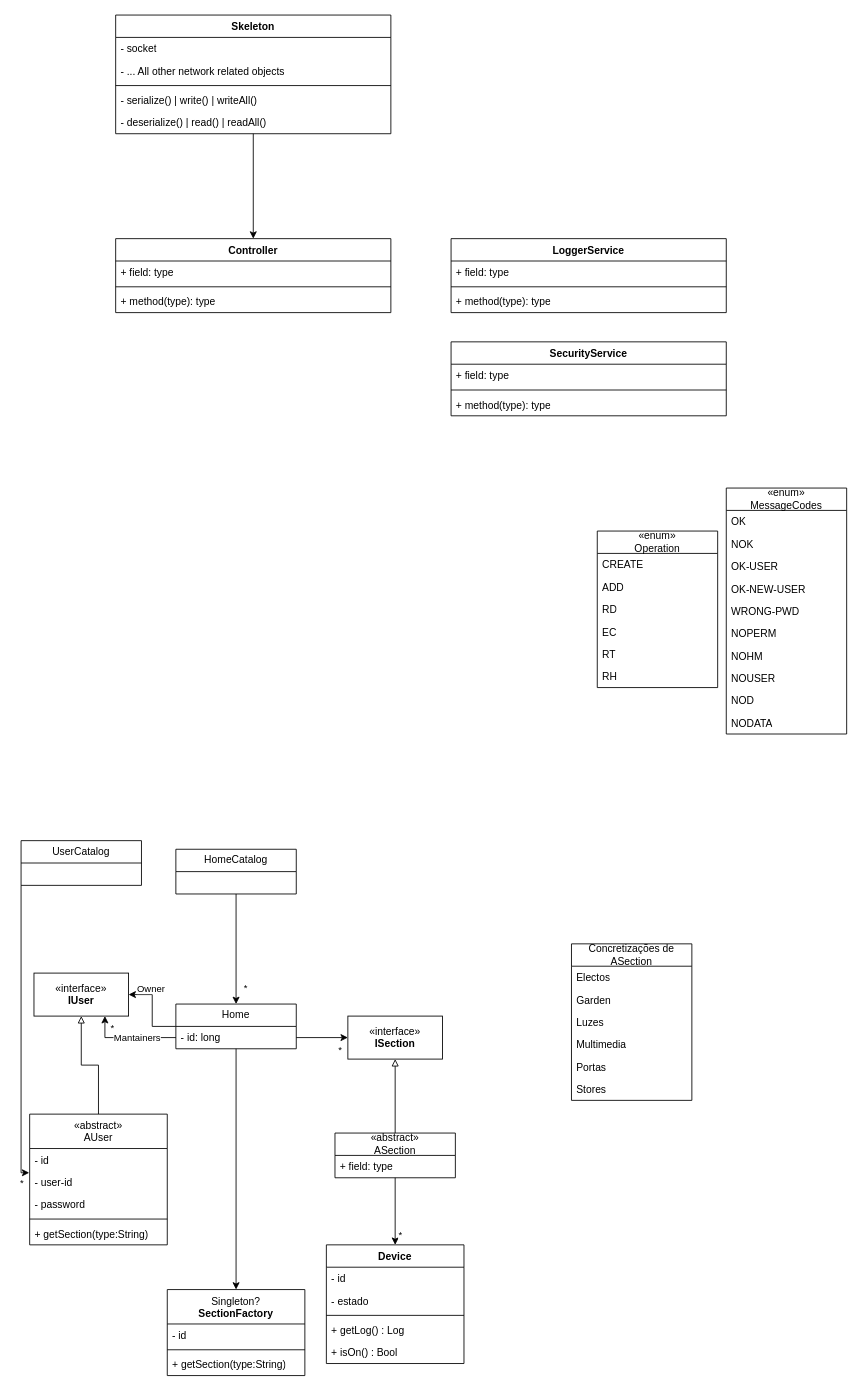
Lana-Melo/Sperta keeps this draw.io diagram as Diagrama.drawio. Above is the earlier version. Source tidied: cells renumbered, new cells numbered last; positions are measured from the earlier drawing's top-left corner, leaving out a move shared by most shapes. Both pictures are drawn from the tidied source at 86%, with x=0, y=0 at pixel (21, 15).
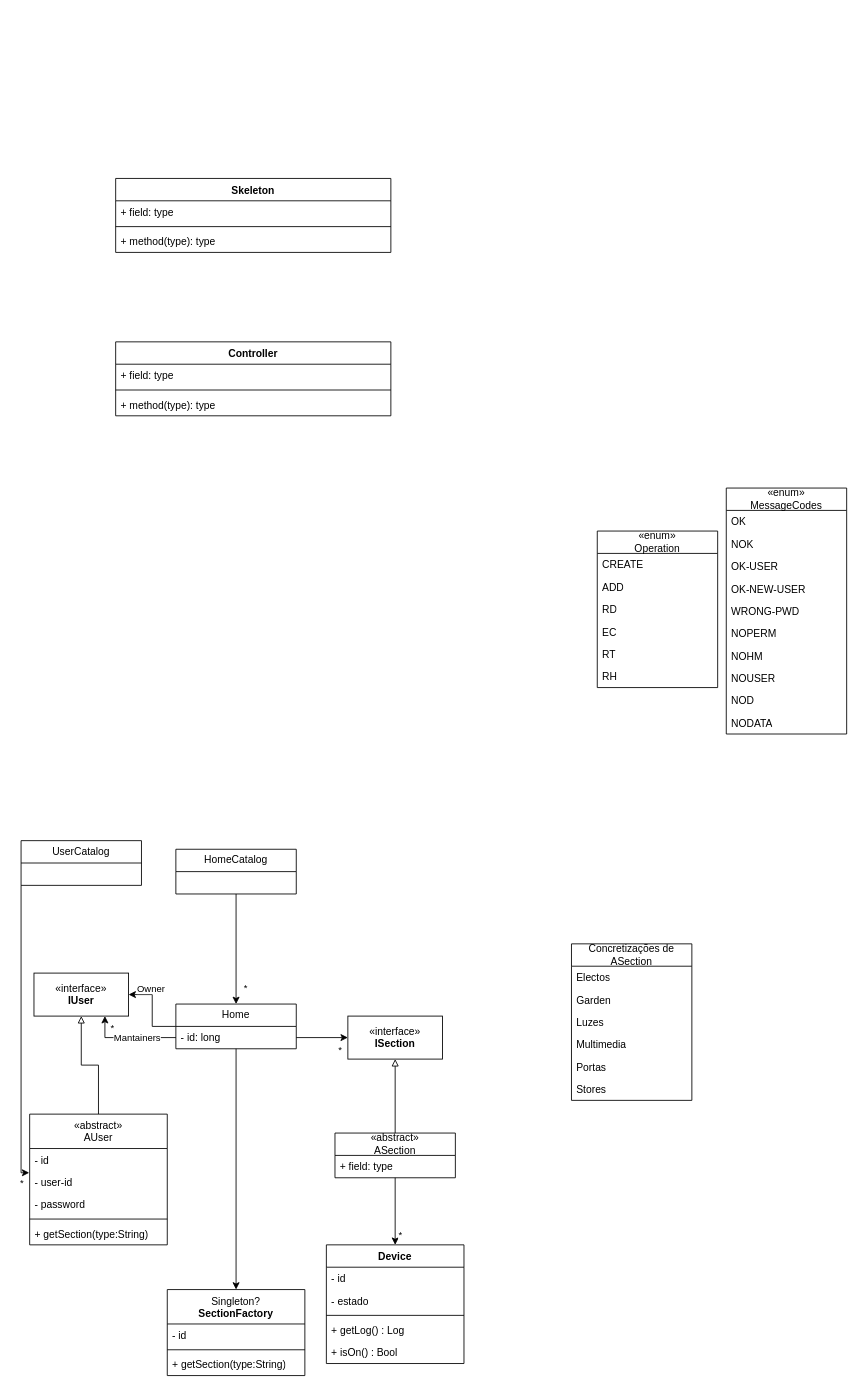
The same diagram, later.

Change to the diagram source:
```diff
@@
     <mxCell id="67" value="Controller" style="swimlane;fontStyle=1;align=center;verticalAlign=top;horizontal=1;startSize=26;whiteSpace=wrap;html=1;" parent="1" vertex="1">
-      <mxGeometry x="110" y="260" width="320" height="86" as="geometry" />
+      <mxGeometry x="110" y="380" width="320" height="86" as="geometry" />
     </mxCell>
@@
-    <mxCell id="71" style="edgeStyle=orthogonalEdgeStyle;rounded=0;jettySize=auto;html=1;entryX=0.5;entryY=0;entryDx=0;entryDy=0;" parent="1" edge="1" source="72" target="67">
-      <mxGeometry relative="1" as="geometry" />
-    </mxCell>
     <mxCell id="72" value="Skeleton" style="swimlane;fontStyle=1;align=center;verticalAlign=top;horizontal=1;startSize=26;whiteSpace=wrap;html=1;" parent="1" vertex="1">
-      <mxGeometry x="110" width="320" height="138" as="geometry" />
+      <mxGeometry x="110" y="190" width="320" height="86" as="geometry" />
     </mxCell>
-    <mxCell id="73" value="&lt;div&gt;- socket&lt;/div&gt;" style="text;strokeColor=none;fillColor=none;align=left;verticalAlign=top;spacingLeft=4;spacingRight=4;overflow=hidden;whiteSpace=wrap;html=1;" parent="72" vertex="1">
+    <mxCell id="73" value="+ field: type" style="text;strokeColor=none;fillColor=none;align=left;verticalAlign=top;spacingLeft=4;spacingRight=4;overflow=hidden;whiteSpace=wrap;html=1;" parent="72" vertex="1">
       <mxGeometry y="26" width="320" height="26" as="geometry" />
     </mxCell>
-    <mxCell id="74" value="- ... All other network related objects" style="text;strokeColor=none;fillColor=none;align=left;verticalAlign=top;spacingLeft=4;spacingRight=4;overflow=hidden;whiteSpace=wrap;html=1;" parent="72" vertex="1">
-      <mxGeometry y="52" width="320" height="26" as="geometry" />
-    </mxCell>
     <mxCell id="75" style="line;strokeWidth=1;fillColor=none;align=left;verticalAlign=middle;spacingTop=-1;spacingLeft=3;spacingRight=3;labelPosition=right;strokeColor=inherit;" parent="72" vertex="1">
-      <mxGeometry y="78" width="320" height="8" as="geometry" />
+      <mxGeometry y="52" width="320" height="8" as="geometry" />
     </mxCell>
-    <mxCell id="76" value="- serialize() | write() | writeAll()" style="text;strokeColor=none;fillColor=none;align=left;verticalAlign=top;spacingLeft=4;spacingRight=4;overflow=hidden;whiteSpace=wrap;html=1;" parent="72" vertex="1">
-      <mxGeometry y="86" width="320" height="26" as="geometry" />
+    <mxCell id="76" value="+ method(type): type" style="text;strokeColor=none;fillColor=none;align=left;verticalAlign=top;spacingLeft=4;spacingRight=4;overflow=hidden;whiteSpace=wrap;html=1;" parent="72" vertex="1">
+      <mxGeometry y="60" width="320" height="26" as="geometry" />
     </mxCell>
-    <mxCell id="77" value="- deserialize() | read() | readAll()" style="text;strokeColor=none;fillColor=none;align=left;verticalAlign=top;spacingLeft=4;spacingRight=4;overflow=hidden;whiteSpace=wrap;html=1;" parent="72" vertex="1">
-      <mxGeometry y="112" width="320" height="26" as="geometry" />
-    </mxCell>
-    <mxCell id="78" value="SecurityService" style="swimlane;fontStyle=1;align=center;verticalAlign=top;horizontal=1;startSize=26;whiteSpace=wrap;html=1;" parent="1" vertex="1">
-      <mxGeometry x="500" y="380" width="320" height="86" as="geometry" />
-    </mxCell>
-    <mxCell id="79" value="+ field: type" style="text;strokeColor=none;fillColor=none;align=left;verticalAlign=top;spacingLeft=4;spacingRight=4;overflow=hidden;whiteSpace=wrap;html=1;" parent="78" vertex="1">
-      <mxGeometry y="26" width="320" height="26" as="geometry" />
-    </mxCell>
-    <mxCell id="80" style="line;strokeWidth=1;fillColor=none;align=left;verticalAlign=middle;spacingTop=-1;spacingLeft=3;spacingRight=3;labelPosition=right;strokeColor=inherit;" parent="78" vertex="1">
-      <mxGeometry y="52" width="320" height="8" as="geometry" />
-    </mxCell>
-    <mxCell id="81" value="+ method(type): type" style="text;strokeColor=none;fillColor=none;align=left;verticalAlign=top;spacingLeft=4;spacingRight=4;overflow=hidden;whiteSpace=wrap;html=1;" parent="78" vertex="1">
-      <mxGeometry y="60" width="320" height="26" as="geometry" />
-    </mxCell>
-    <mxCell id="82" value="LoggerService" style="swimlane;fontStyle=1;align=center;verticalAlign=top;horizontal=1;startSize=26;whiteSpace=wrap;html=1;" parent="1" vertex="1">
-      <mxGeometry x="500" y="260" width="320" height="86" as="geometry" />
-    </mxCell>
-    <mxCell id="83" value="+ field: type" style="text;strokeColor=none;fillColor=none;align=left;verticalAlign=top;spacingLeft=4;spacingRight=4;overflow=hidden;whiteSpace=wrap;html=1;" parent="82" vertex="1">
-      <mxGeometry y="26" width="320" height="26" as="geometry" />
-    </mxCell>
-    <mxCell id="84" style="line;strokeWidth=1;fillColor=none;align=left;verticalAlign=middle;spacingTop=-1;spacingLeft=3;spacingRight=3;labelPosition=right;strokeColor=inherit;" parent="82" vertex="1">
-      <mxGeometry y="52" width="320" height="8" as="geometry" />
-    </mxCell>
-    <mxCell id="85" value="+ method(type): type" style="text;strokeColor=none;fillColor=none;align=left;verticalAlign=top;spacingLeft=4;spacingRight=4;overflow=hidden;whiteSpace=wrap;html=1;" parent="82" vertex="1">
-      <mxGeometry y="60" width="320" height="26" as="geometry" />
-    </mxCell>
```
